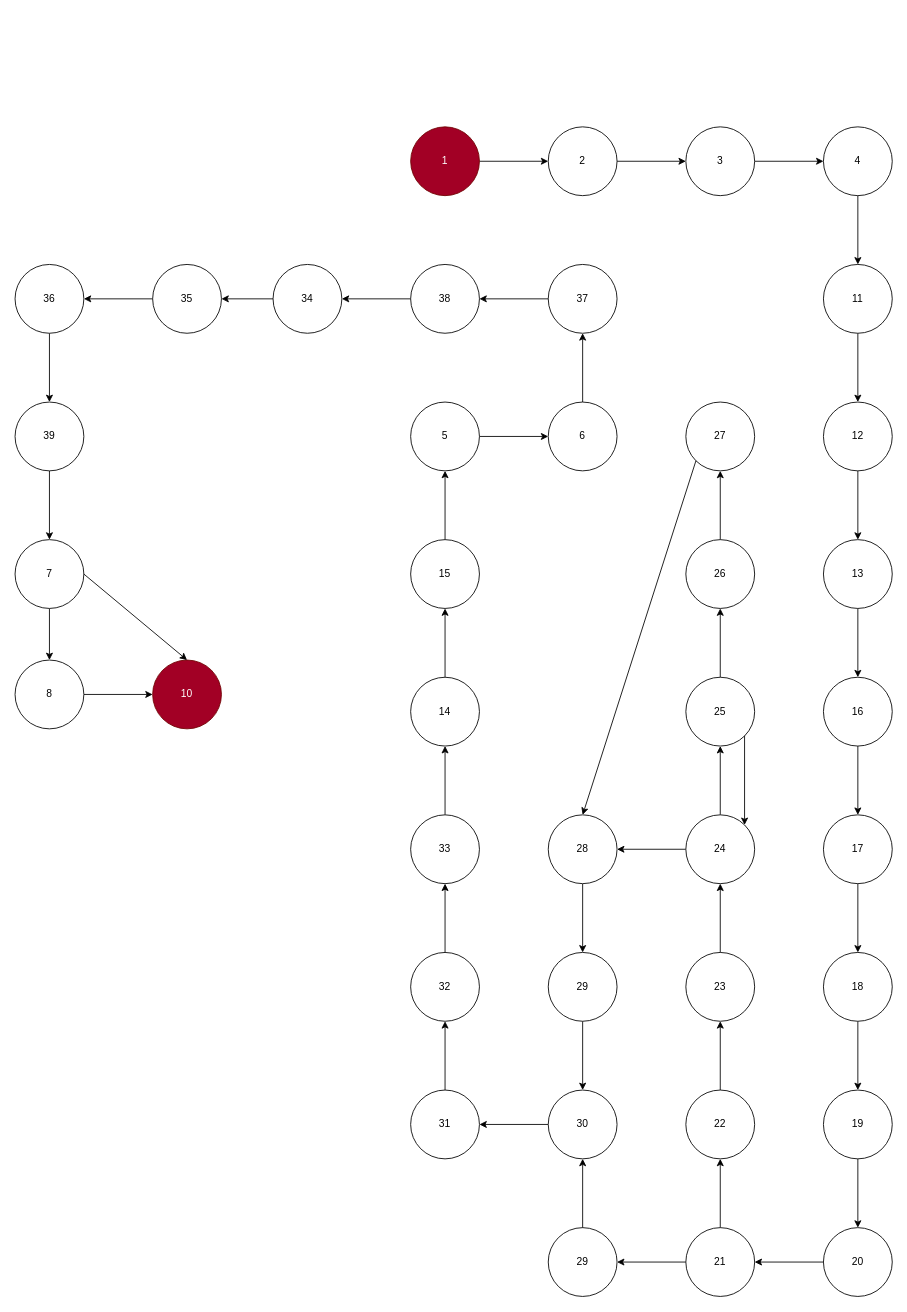
Above: Kiểm Thử/HT/SuaBan.drawio in huy1133/KD (draw.io), before the change. Source tidied: cells renumbered, new cells numbered last; positions are measured from the earlier drawing's top-left corner, leaving out a move shared by most shapes. Both pictures are drawn from the tidied source at 86%, with x=0, y=0 at pixel (15, 126).
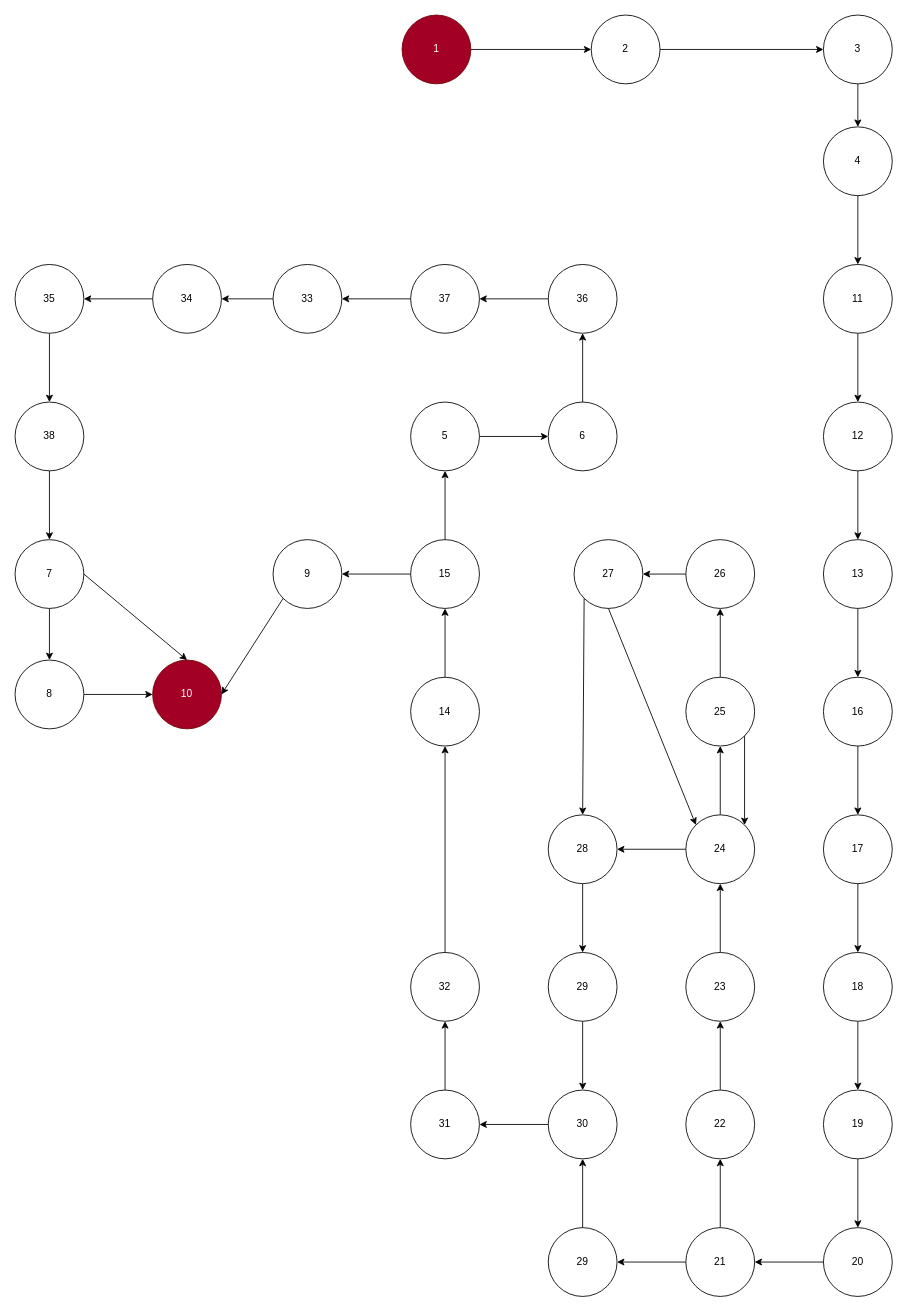
After the change.

Commit message (it also covers changes not shown here):
Sửa đổi lân I

Loại bỏ 32 dư thừa, giảm số đếm xuống 38

The change refers to these unchanged cells:
```xml
<mxCell id="36" value="24" style="ellipse;whiteSpace=wrap;html=1;" parent="1" vertex="1">
  <mxGeometry x="780" y="800" width="80" height="80" as="geometry" />
</mxCell>
<mxCell id="53" value="32" style="ellipse;whiteSpace=wrap;html=1;" parent="1" vertex="1">
  <mxGeometry x="460" y="960" width="80" height="80" as="geometry" />
</mxCell>
<mxCell id="57" value="14" style="ellipse;whiteSpace=wrap;html=1;" parent="1" vertex="1">
  <mxGeometry x="460" y="640" width="80" height="80" as="geometry" />
</mxCell>
<mxCell id="59" value="15" style="ellipse;whiteSpace=wrap;html=1;" parent="1" vertex="1">
  <mxGeometry x="460" y="480" width="80" height="80" as="geometry" />
</mxCell>
<mxCell id="80" value="10" style="ellipse;whiteSpace=wrap;html=1;fillColor=#a20025;fontColor=#ffffff;strokeColor=#6F0000;" parent="1" vertex="1">
  <mxGeometry x="160" y="620" width="80" height="80" as="geometry" />
</mxCell>
```

Change to the diagram source:
```diff
@@
     <mxCell id="3" value="1" style="ellipse;whiteSpace=wrap;html=1;fillColor=#a20025;fontColor=#ffffff;strokeColor=#6F0000;" parent="1" vertex="1">
-      <mxGeometry x="460" width="80" height="80" as="geometry" />
+      <mxGeometry x="450" y="-130" width="80" height="80" as="geometry" />
     </mxCell>
@@
     <mxCell id="5" value="2" style="ellipse;whiteSpace=wrap;html=1;" parent="1" vertex="1">
-      <mxGeometry x="620" width="80" height="80" as="geometry" />
+      <mxGeometry x="670" y="-130" width="80" height="80" as="geometry" />
     </mxCell>
@@
     <mxCell id="7" value="3" style="ellipse;whiteSpace=wrap;html=1;" parent="1" vertex="1">
-      <mxGeometry x="780" width="80" height="80" as="geometry" />
+      <mxGeometry x="940" y="-130" width="80" height="80" as="geometry" />
     </mxCell>
@@
     <mxCell id="44" value="27" style="ellipse;whiteSpace=wrap;html=1;" parent="1" vertex="1">
-      <mxGeometry x="780" y="320" width="80" height="80" as="geometry" />
+      <mxGeometry x="650" y="480" width="80" height="80" as="geometry" />
     </mxCell>
@@
-    <mxCell id="52" style="edgeStyle=orthogonalEdgeStyle;rounded=0;jettySize=auto;html=1;" parent="1" edge="1" source="53" target="55">
-      <mxGeometry relative="1" as="geometry" />
-    </mxCell>
@@
-    <mxCell id="54" style="edgeStyle=orthogonalEdgeStyle;rounded=0;jettySize=auto;html=1;" parent="1" edge="1" source="55" target="57">
+    <mxCell id="54" style="edgeStyle=orthogonalEdgeStyle;rounded=0;jettySize=auto;html=1;exitX=0.5;exitY=0;exitDx=0;exitDy=0;" parent="1" edge="1" source="53" target="57">
       <mxGeometry relative="1" as="geometry" />
     </mxCell>
-    <mxCell id="55" value="33" style="ellipse;whiteSpace=wrap;html=1;" parent="1" vertex="1">
-      <mxGeometry x="460" y="800" width="80" height="80" as="geometry" />
-    </mxCell>
@@
+    <mxCell id="83" style="edgeStyle=orthogonalEdgeStyle;rounded=0;jettySize=auto;html=1;" parent="1" edge="1" source="59" target="84">
+      <mxGeometry relative="1" as="geometry" />
+    </mxCell>
@@
-    <mxCell id="65" value="37" style="ellipse;whiteSpace=wrap;html=1;" parent="1" vertex="1">
+    <mxCell id="65" value="36" style="ellipse;whiteSpace=wrap;html=1;" parent="1" vertex="1">
       <mxGeometry x="620" y="160" width="80" height="80" as="geometry" />
     </mxCell>
@@
-    <mxCell id="67" value="38" style="ellipse;whiteSpace=wrap;html=1;" parent="1" vertex="1">
+    <mxCell id="67" value="37" style="ellipse;whiteSpace=wrap;html=1;" parent="1" vertex="1">
       <mxGeometry x="460" y="160" width="80" height="80" as="geometry" />
     </mxCell>
@@
-    <mxCell id="69" value="34" style="ellipse;whiteSpace=wrap;html=1;" parent="1" vertex="1">
+    <mxCell id="69" value="33" style="ellipse;whiteSpace=wrap;html=1;" parent="1" vertex="1">
       <mxGeometry x="300" y="160" width="80" height="80" as="geometry" />
     </mxCell>
@@
-    <mxCell id="71" value="35" style="ellipse;whiteSpace=wrap;html=1;" parent="1" vertex="1">
+    <mxCell id="71" value="34" style="ellipse;whiteSpace=wrap;html=1;" parent="1" vertex="1">
       <mxGeometry x="160" y="160" width="80" height="80" as="geometry" />
     </mxCell>
@@
-    <mxCell id="73" value="36" style="ellipse;whiteSpace=wrap;html=1;" parent="1" vertex="1">
+    <mxCell id="73" value="35" style="ellipse;whiteSpace=wrap;html=1;" parent="1" vertex="1">
       <mxGeometry y="160" width="80" height="80" as="geometry" />
     </mxCell>
@@
-    <mxCell id="75" value="39" style="ellipse;whiteSpace=wrap;html=1;" parent="1" vertex="1">
+    <mxCell id="75" value="38" style="ellipse;whiteSpace=wrap;html=1;" parent="1" vertex="1">
       <mxGeometry y="320" width="80" height="80" as="geometry" />
     </mxCell>
@@
+    <mxCell id="84" value="9" style="ellipse;whiteSpace=wrap;html=1;" parent="1" vertex="1">
+      <mxGeometry x="300" y="480" width="80" height="80" as="geometry" />
+    </mxCell>
+    <mxCell id="85" style="endArrow=classic;html=1;rounded=0;entryX=1;entryY=0.5;entryDx=0;entryDy=0;exitX=0;exitY=1;exitDx=0;exitDy=0;" parent="1" edge="1" source="84" target="80">
+      <mxGeometry relative="1" as="geometry" />
+    </mxCell>
+    <mxCell id="86" style="endArrow=classic;html=1;rounded=0;entryX=0;entryY=0;entryDx=0;entryDy=0;exitX=0.5;exitY=1;exitDx=0;exitDy=0;" parent="1" edge="1" source="44" target="36">
+      <mxGeometry relative="1" as="geometry" />
+    </mxCell>
```
